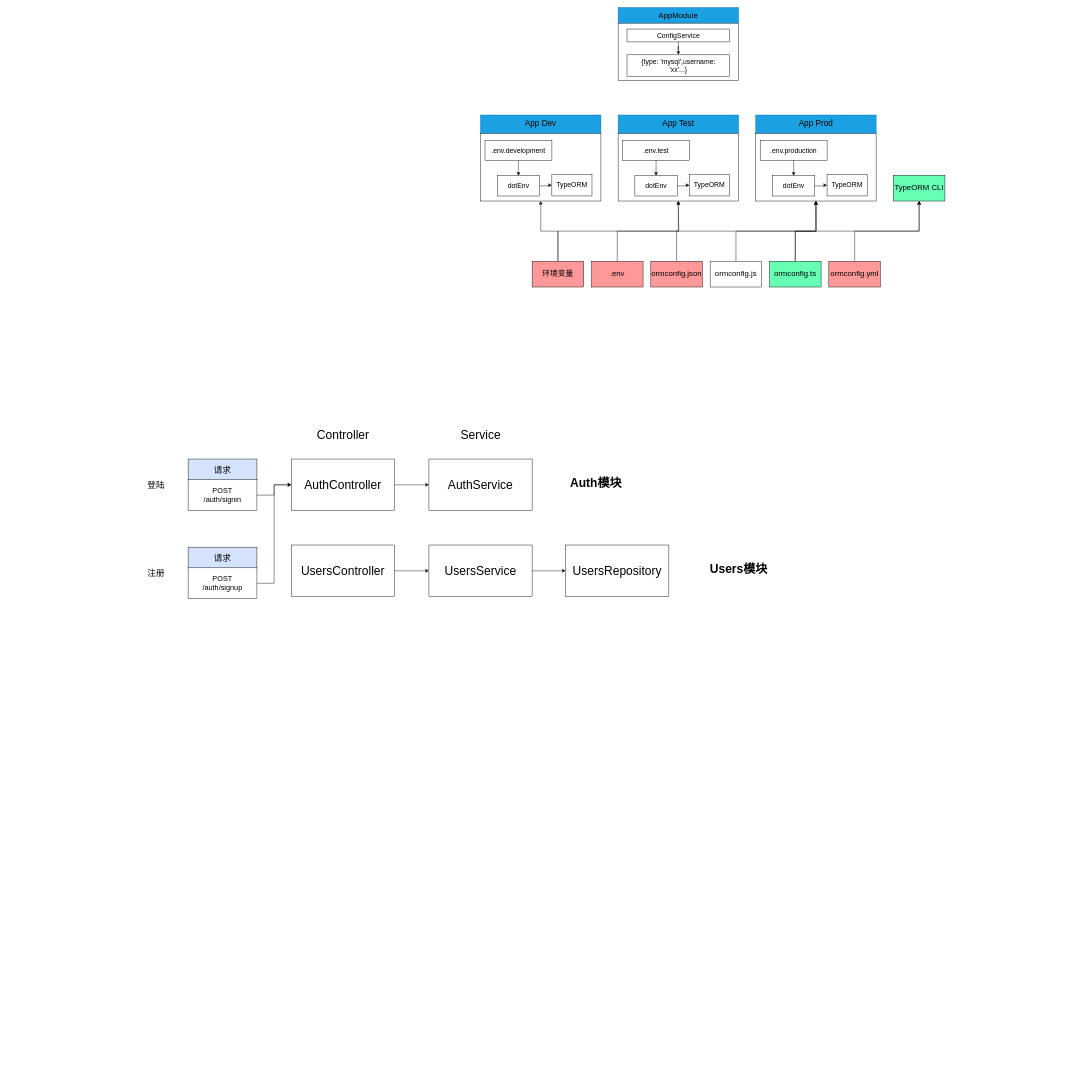
The draw.io diagram nestjs学习.drawio in ynzy/drawio, before the edit. Source tidied: cells renumbered, new cells numbered last; positions are measured from the earlier drawing's top-left corner, leaving out a move shared by most shapes. Both pictures are drawn from the tidied source at 43%, with x=0, y=0 at pixel (143, 7).
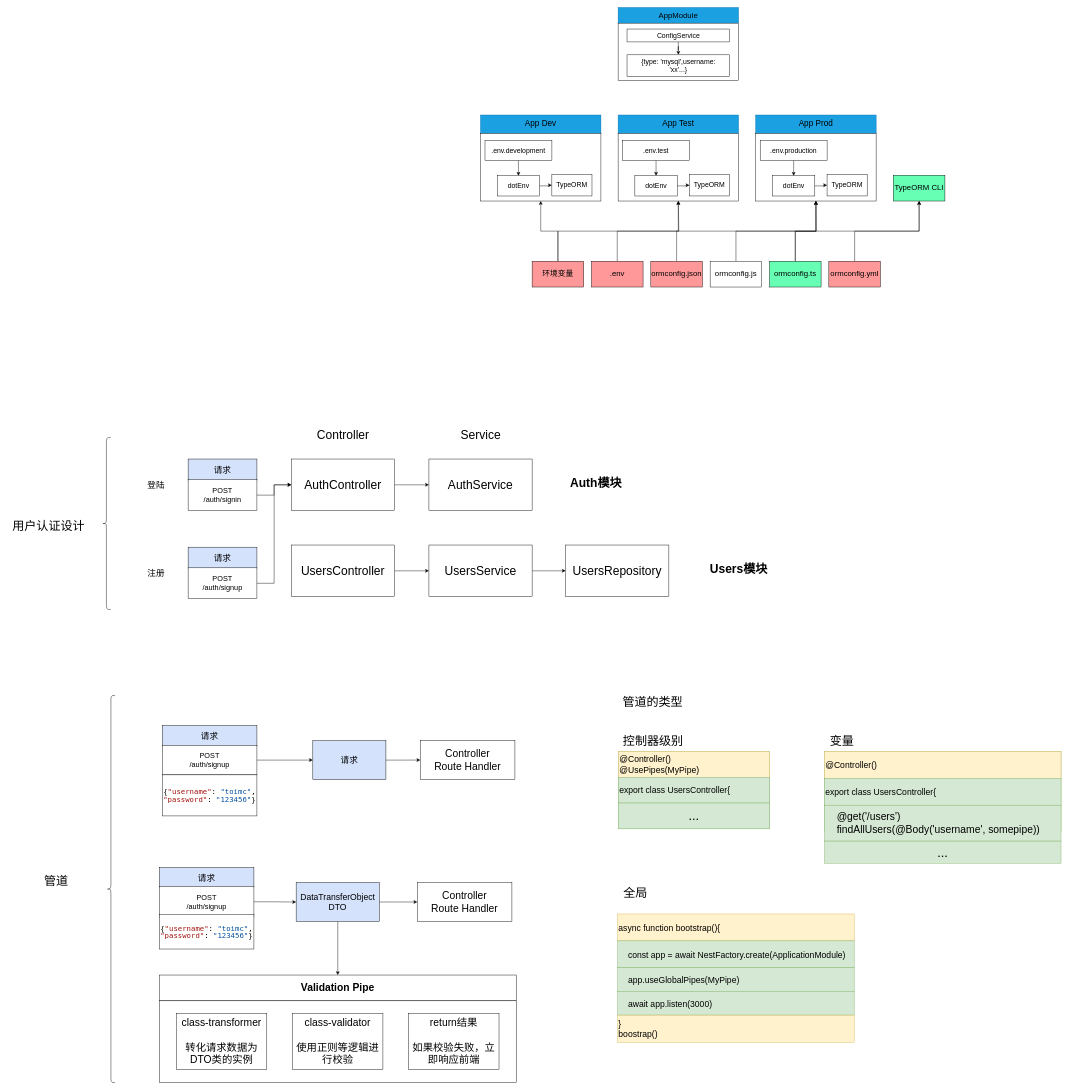
After the change.

Change to the diagram source:
```diff
@@
+    <mxCell id="69" style="group;" parent="1" vertex="1">
+      <mxGeometry x="-295" y="1600" width="230" height="900" as="geometry" />
+    </mxCell>
+    <mxCell id="70" value="&lt;span style=&quot;font-size: 28px;&quot;&gt;管道&lt;/span&gt;" style="text;html=1;align=center;verticalAlign=middle;strokeColor=none;fillColor=none;" parent="69" vertex="1">
+      <mxGeometry x="52.7" y="405" width="80" height="50" as="geometry" />
+    </mxCell>
+    <mxCell id="71" style="shape=curlyBracket;whiteSpace=wrap;html=1;rounded=1;labelPosition=left;verticalLabelPosition=middle;align=right;verticalAlign=middle;" parent="69" vertex="1">
+      <mxGeometry x="210.8" width="19.2" height="900" as="geometry" />
+    </mxCell>
+    <mxCell id="72" style="group;" parent="1" vertex="1">
+      <mxGeometry x="-315" y="1000" width="240" height="400" as="geometry" />
+    </mxCell>
+    <mxCell id="73" value="&lt;font style=&quot;font-size: 28px;&quot;&gt;用户认证设计&lt;/font&gt;" style="text;html=1;align=center;verticalAlign=middle;strokeColor=none;fillColor=none;" parent="72" vertex="1">
+      <mxGeometry y="180" width="190" height="50" as="geometry" />
+    </mxCell>
+    <mxCell id="74" style="shape=curlyBracket;whiteSpace=wrap;html=1;rounded=1;labelPosition=left;verticalLabelPosition=middle;align=right;verticalAlign=middle;" parent="72" vertex="1">
+      <mxGeometry x="220" width="20" height="400" as="geometry" />
+    </mxCell>
+    <mxCell id="75" style="group;" parent="1" vertex="1">
+      <mxGeometry x="45" y="1670" width="220" height="210" as="geometry" />
+    </mxCell>
+    <mxCell id="76" value="&lt;font style=&quot;font-size: 20px;&quot;&gt;请求&lt;/font&gt;" style="rounded=0;whiteSpace=wrap;html=1;fillColor=#d4e2fc;" parent="75" vertex="1">
+      <mxGeometry width="220" height="47.7" as="geometry" />
+    </mxCell>
+    <mxCell id="77" value="&lt;font style=&quot;font-size: 17px;&quot;&gt;POST&lt;/font&gt;&lt;div style=&quot;font-size: 17px;&quot;&gt;&lt;font style=&quot;font-size: 17px;&quot;&gt;/auth/signup&lt;/font&gt;&lt;/div&gt;" style="rounded=0;whiteSpace=wrap;html=1;" parent="75" vertex="1">
+      <mxGeometry y="45.8" width="220" height="68.7" as="geometry" />
+    </mxCell>
+    <mxCell id="78" value="&lt;div style=&quot;background-color: rgb(255, 255, 254); font-family: Menlo, Monaco, &amp;quot;Courier New&amp;quot;, monospace; line-height: 18px; white-space: pre; font-size: 17px;&quot;&gt;&lt;div&gt;{&lt;span style=&quot;color: rgb(163, 21, 21);&quot;&gt;&quot;username&quot;&lt;/span&gt;: &lt;span style=&quot;color: rgb(4, 81, 165);&quot;&gt;&quot;toimc&quot;&lt;/span&gt;,&lt;/div&gt;&lt;div&gt;&lt;span style=&quot;color: #a31515;&quot;&gt;&quot;password&quot;&lt;/span&gt;: &lt;span style=&quot;color: #0451a5;&quot;&gt;&quot;123456&quot;&lt;/span&gt;}&lt;/div&gt;&lt;/div&gt;" style="rounded=0;whiteSpace=wrap;html=1;" parent="75" vertex="1">
+      <mxGeometry y="114.5" width="220" height="95.5" as="geometry" />
+    </mxCell>
+    <mxCell id="79" style="edgeStyle=orthogonalEdgeStyle;rounded=0;jettySize=auto;html=1;entryX=0;entryY=0.5;entryDx=0;entryDy=0;" parent="1" edge="1" source="80" target="82">
+      <mxGeometry relative="1" as="geometry" />
+    </mxCell>
+    <mxCell id="80" value="&lt;font style=&quot;font-size: 20px;&quot;&gt;请求&lt;/font&gt;" style="rounded=0;whiteSpace=wrap;html=1;fillColor=#d4e2fc;" parent="1" vertex="1">
+      <mxGeometry x="395" y="1705.1" width="170" height="90.2" as="geometry" />
+    </mxCell>
+    <mxCell id="81" style="edgeStyle=orthogonalEdgeStyle;rounded=0;jettySize=auto;html=1;" parent="1" edge="1" source="77" target="80">
+      <mxGeometry relative="1" as="geometry" />
+    </mxCell>
+    <mxCell id="82" value="&lt;span style=&quot;font-size: 24px;&quot;&gt;Controller&lt;/span&gt;&lt;div style=&quot;font-size: 24px;&quot;&gt;&lt;span style=&quot;font-size: 24px;&quot;&gt;Route Handler&lt;/span&gt;&lt;/div&gt;" style="rounded=0;whiteSpace=wrap;html=1;fontSize=24;" parent="1" vertex="1">
+      <mxGeometry x="645" y="1705.1" width="220" height="90" as="geometry" />
+    </mxCell>
+    <mxCell id="83" style="group;" parent="1" vertex="1">
+      <mxGeometry x="38" y="2000" width="220" height="200" as="geometry" />
+    </mxCell>
+    <mxCell id="84" value="&lt;font style=&quot;font-size: 20px;&quot;&gt;请求&lt;/font&gt;" style="rounded=0;whiteSpace=wrap;html=1;fillColor=#d4e2fc;" parent="83" vertex="1">
+      <mxGeometry width="220" height="45.5" as="geometry" />
+    </mxCell>
+    <mxCell id="85" value="&lt;font style=&quot;font-size: 17px;&quot;&gt;POST&lt;/font&gt;&lt;div style=&quot;font-size: 17px;&quot;&gt;&lt;font style=&quot;font-size: 17px;&quot;&gt;/auth/signup&lt;/font&gt;&lt;/div&gt;" style="rounded=0;whiteSpace=wrap;html=1;" parent="83" vertex="1">
+      <mxGeometry y="43.6" width="220" height="72.2" as="geometry" />
+    </mxCell>
+    <mxCell id="86" value="&lt;div style=&quot;background-color: rgb(255, 255, 254); font-family: Menlo, Monaco, &amp;quot;Courier New&amp;quot;, monospace; line-height: 18px; white-space: pre; font-size: 17px;&quot;&gt;&lt;div&gt;{&lt;span style=&quot;color: rgb(163, 21, 21);&quot;&gt;&quot;username&quot;&lt;/span&gt;: &lt;span style=&quot;color: rgb(4, 81, 165);&quot;&gt;&quot;toimc&quot;&lt;/span&gt;,&lt;/div&gt;&lt;div&gt;&lt;span style=&quot;color: #a31515;&quot;&gt;&quot;password&quot;&lt;/span&gt;: &lt;span style=&quot;color: #0451a5;&quot;&gt;&quot;123456&quot;&lt;/span&gt;}&lt;/div&gt;&lt;/div&gt;" style="rounded=0;whiteSpace=wrap;html=1;" parent="83" vertex="1">
+      <mxGeometry y="109.1" width="220" height="80.4" as="geometry" />
+    </mxCell>
+    <mxCell id="87" style="edgeStyle=orthogonalEdgeStyle;rounded=0;jettySize=auto;html=1;entryX=0;entryY=0.5;entryDx=0;entryDy=0;" parent="1" edge="1" source="89" target="91">
+      <mxGeometry relative="1" as="geometry" />
+    </mxCell>
+    <mxCell id="88" style="edgeStyle=orthogonalEdgeStyle;rounded=0;jettySize=auto;html=1;" parent="1" edge="1" source="89" target="93">
+      <mxGeometry relative="1" as="geometry" />
+    </mxCell>
+    <mxCell id="89" value="&lt;font style=&quot;font-size: 20px;&quot;&gt;DataTransferObject&lt;/font&gt;&lt;div&gt;&lt;font style=&quot;font-size: 20px;&quot;&gt;DTO&lt;/font&gt;&lt;/div&gt;" style="rounded=0;whiteSpace=wrap;html=1;fillColor=#d4e2fc;" parent="1" vertex="1">
+      <mxGeometry x="356.2" y="2035.1" width="193.5" height="90.2" as="geometry" />
+    </mxCell>
+    <mxCell id="90" style="edgeStyle=orthogonalEdgeStyle;rounded=0;jettySize=auto;html=1;" parent="1" edge="1" source="85" target="89">
+      <mxGeometry relative="1" as="geometry" />
+    </mxCell>
+    <mxCell id="91" value="&lt;span style=&quot;font-size: 24px;&quot;&gt;Controller&lt;/span&gt;&lt;div style=&quot;font-size: 24px;&quot;&gt;&lt;span style=&quot;font-size: 24px;&quot;&gt;Route Handler&lt;/span&gt;&lt;/div&gt;" style="rounded=0;whiteSpace=wrap;html=1;fontSize=24;" parent="1" vertex="1">
+      <mxGeometry x="638" y="2035.1" width="220" height="90" as="geometry" />
+    </mxCell>
+    <mxCell id="92" style="group;" parent="1" vertex="1">
+      <mxGeometry x="38" y="2250" width="830" height="250" as="geometry" />
+    </mxCell>
+    <mxCell id="93" value="&lt;font style=&quot;font-size: 24px;&quot;&gt;&lt;b&gt;Validation Pipe&lt;/b&gt;&lt;/font&gt;" style="rounded=0;whiteSpace=wrap;html=1;" parent="92" vertex="1">
+      <mxGeometry width="830" height="60" as="geometry" />
+    </mxCell>
+    <mxCell id="94" style="rounded=0;whiteSpace=wrap;html=1;" parent="92" vertex="1">
+      <mxGeometry y="60" width="830" height="190" as="geometry" />
+    </mxCell>
+    <mxCell id="95" value="&lt;font style=&quot;font-size: 24px;&quot;&gt;class-transformer&lt;/font&gt;&lt;div style=&quot;font-size: 24px;&quot;&gt;&lt;font style=&quot;font-size: 24px;&quot;&gt;&lt;br&gt;&lt;/font&gt;&lt;/div&gt;&lt;div style=&quot;font-size: 24px;&quot;&gt;&lt;font style=&quot;font-size: 24px;&quot;&gt;转化请求数据为DTO类的实例&lt;/font&gt;&lt;/div&gt;" style="rounded=0;whiteSpace=wrap;html=1;" parent="92" vertex="1">
+      <mxGeometry x="40" y="90" width="210" height="130" as="geometry" />
+    </mxCell>
+    <mxCell id="96" value="&lt;font style=&quot;font-size: 24px;&quot;&gt;class-validator&lt;/font&gt;&lt;div style=&quot;font-size: 24px;&quot;&gt;&lt;font style=&quot;font-size: 24px;&quot;&gt;&lt;br&gt;&lt;/font&gt;&lt;/div&gt;&lt;div style=&quot;font-size: 24px;&quot;&gt;&lt;font style=&quot;font-size: 24px;&quot;&gt;使用正则等逻辑进行校验&lt;/font&gt;&lt;/div&gt;" style="rounded=0;whiteSpace=wrap;html=1;" parent="92" vertex="1">
+      <mxGeometry x="310" y="90" width="210" height="130" as="geometry" />
+    </mxCell>
+    <mxCell id="97" value="&lt;span style=&quot;font-size: 24px;&quot;&gt;return结果&lt;/span&gt;&lt;br&gt;&lt;div style=&quot;font-size: 24px;&quot;&gt;&lt;font style=&quot;font-size: 24px;&quot;&gt;&lt;br&gt;&lt;/font&gt;&lt;/div&gt;&lt;div style=&quot;font-size: 24px;&quot;&gt;&lt;font style=&quot;font-size: 24px;&quot;&gt;如果校验失败，立即响应前端&lt;/font&gt;&lt;/div&gt;" style="rounded=0;whiteSpace=wrap;html=1;" parent="92" vertex="1">
+      <mxGeometry x="580" y="90" width="210" height="130" as="geometry" />
+    </mxCell>
+    <mxCell id="98" value="&lt;font style=&quot;font-size: 28px;&quot;&gt;管道的类型&lt;/font&gt;" style="text;html=1;align=center;verticalAlign=middle;strokeColor=none;fillColor=none;" parent="1" vertex="1">
+      <mxGeometry x="1105" y="1590" width="160" height="50" as="geometry" />
+    </mxCell>
+    <mxCell id="99" value="&lt;font style=&quot;font-size: 28px;&quot;&gt;控制器级别&lt;/font&gt;" style="text;html=1;align=center;verticalAlign=middle;strokeColor=none;fillColor=none;" parent="1" vertex="1">
+      <mxGeometry x="1106" y="1680" width="160" height="50" as="geometry" />
+    </mxCell>
+    <mxCell id="100" value="&lt;font style=&quot;font-size: 28px;&quot;&gt;变量&lt;/font&gt;" style="text;html=1;align=center;verticalAlign=middle;strokeColor=none;fillColor=none;" parent="1" vertex="1">
+      <mxGeometry x="1585" y="1680" width="80" height="50" as="geometry" />
+    </mxCell>
+    <mxCell id="101" value="&lt;span style=&quot;font-size: 28px;&quot;&gt;全局&lt;/span&gt;" style="text;html=1;align=center;verticalAlign=middle;strokeColor=none;fillColor=none;" parent="1" vertex="1">
+      <mxGeometry x="1105" y="2035.1" width="80" height="50" as="geometry" />
+    </mxCell>
+    <mxCell id="102" style="group;fillColor=#d5e8d4;strokeColor=#82b366;" parent="1" vertex="1">
+      <mxGeometry x="1106" y="1730" width="351" height="180" as="geometry" />
+    </mxCell>
+    <mxCell id="103" value="&lt;font style=&quot;font-size: 20px;&quot;&gt;@Controller()&lt;/font&gt;&lt;div style=&quot;font-size: 20px;&quot;&gt;&lt;font style=&quot;font-size: 20px;&quot;&gt;@UsePipes(MyPipe)&lt;/font&gt;&lt;/div&gt;" style="rounded=0;whiteSpace=wrap;html=1;align=left;fillColor=#fff2cc;strokeColor=#d6b656;" parent="102" vertex="1">
+      <mxGeometry width="351" height="60" as="geometry" />
+    </mxCell>
+    <mxCell id="104" value="&lt;span style=&quot;font-size: 20px;&quot;&gt;export class UsersController{&lt;/span&gt;" style="rounded=0;whiteSpace=wrap;html=1;align=left;fillColor=#d5e8d4;strokeColor=#82b366;" parent="102" vertex="1">
+      <mxGeometry y="60" width="351" height="60" as="geometry" />
+    </mxCell>
+    <mxCell id="105" value="&lt;font style=&quot;font-size: 30px;&quot;&gt;...&lt;/font&gt;" style="rounded=0;whiteSpace=wrap;html=1;align=center;fillColor=#d5e8d4;strokeColor=#82b366;" parent="102" vertex="1">
+      <mxGeometry y="120" width="351" height="60" as="geometry" />
+    </mxCell>
+    <mxCell id="106" style="group;" parent="1" vertex="1">
+      <mxGeometry x="1585" y="1730" width="550" height="260" as="geometry" />
+    </mxCell>
+    <mxCell id="107" style="group;fillColor=#d5e8d4;strokeColor=#82b366;" parent="106" vertex="1">
+      <mxGeometry width="550" height="187.5" as="geometry" />
+    </mxCell>
+    <mxCell id="108" value="&lt;font style=&quot;font-size: 30px;&quot;&gt;...&lt;/font&gt;" style="rounded=0;whiteSpace=wrap;html=1;align=center;fillColor=#d5e8d4;strokeColor=#82b366;" parent="106" vertex="1">
+      <mxGeometry y="208.3" width="550" height="51.7" as="geometry" />
+    </mxCell>
+    <mxCell id="109" value="&lt;font style=&quot;font-size: 20px;&quot;&gt;@Controller()&lt;/font&gt;" style="rounded=0;whiteSpace=wrap;html=1;align=left;fillColor=#fff2cc;strokeColor=#d6b656;" parent="106" vertex="1">
+      <mxGeometry width="550" height="62.5" as="geometry" />
+    </mxCell>
+    <mxCell id="110" value="&lt;span style=&quot;font-size: 20px;&quot;&gt;export class UsersController{&lt;/span&gt;" style="rounded=0;whiteSpace=wrap;html=1;align=left;fillColor=#d5e8d4;strokeColor=#82b366;" parent="106" vertex="1">
+      <mxGeometry y="62.5" width="550" height="62.5" as="geometry" />
+    </mxCell>
+    <mxCell id="111" value="&lt;font style=&quot;font-size: 24px;&quot;&gt;&amp;nbsp; &amp;nbsp; @get('/users')&lt;br&gt;&amp;nbsp; &amp;nbsp; findAllUsers(@Body('username', somepipe))&lt;/font&gt;" style="rounded=0;whiteSpace=wrap;html=1;align=left;fillColor=#d5e8d4;strokeColor=#82b366;" parent="106" vertex="1">
+      <mxGeometry y="125" width="550" height="83.3" as="geometry" />
+    </mxCell>
+    <mxCell id="112" style="group;" parent="1" vertex="1">
+      <mxGeometry x="1104" y="2108" width="550" height="298.2" as="geometry" />
+    </mxCell>
+    <mxCell id="113" value="&lt;font style=&quot;font-size: 20px;&quot;&gt;async function bootstrap(){&lt;/font&gt;" style="rounded=0;whiteSpace=wrap;html=1;align=left;fillColor=#fff2cc;strokeColor=#d6b656;" parent="112" vertex="1">
+      <mxGeometry width="550" height="62.5" as="geometry" />
+    </mxCell>
+    <mxCell id="114" value="&lt;span style=&quot;font-size: 20px;&quot;&gt;&amp;nbsp; &amp;nbsp; const app = await NestFactory.create(ApplicationModule)&lt;/span&gt;" style="rounded=0;whiteSpace=wrap;html=1;align=left;fillColor=#d5e8d4;strokeColor=#82b366;" parent="112" vertex="1">
+      <mxGeometry y="62.5" width="550" height="62.5" as="geometry" />
+    </mxCell>
+    <mxCell id="115" value="&lt;font style=&quot;font-size: 20px;&quot;&gt;&amp;nbsp; &amp;nbsp; app.useGlobalPipes(MyPipe)&lt;/font&gt;" style="rounded=0;whiteSpace=wrap;html=1;align=left;fillColor=#d5e8d4;strokeColor=#82b366;" parent="112" vertex="1">
+      <mxGeometry y="125" width="550" height="55" as="geometry" />
+    </mxCell>
+    <mxCell id="116" value="&lt;font style=&quot;font-size: 20px;&quot;&gt;&amp;nbsp; &amp;nbsp; await app.listen(3000)&lt;/font&gt;" style="rounded=0;whiteSpace=wrap;html=1;align=left;fillColor=#d5e8d4;strokeColor=#82b366;" parent="112" vertex="1">
+      <mxGeometry y="180" width="550" height="55" as="geometry" />
+    </mxCell>
+    <mxCell id="117" value="&lt;span style=&quot;font-size: 20px;&quot;&gt;}&lt;/span&gt;&lt;div&gt;&lt;span style=&quot;font-size: 20px;&quot;&gt;boostrap()&lt;/span&gt;&lt;/div&gt;" style="rounded=0;whiteSpace=wrap;html=1;align=left;fillColor=#fff2cc;strokeColor=#d6b656;" parent="112" vertex="1">
+      <mxGeometry y="235.8" width="550" height="62.5" as="geometry" />
+    </mxCell>
```
